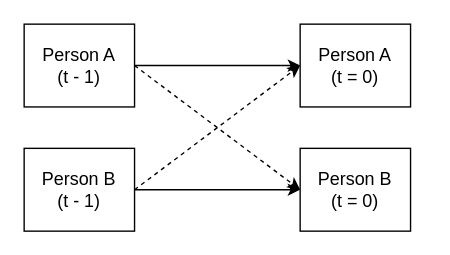
visserle/two-hearts keeps this draw.io diagram as plots/dynamic_system.drawio. Above is the earlier version. Source tidied: cells renumbered, new cells numbered last; positions are measured from the earlier drawing's top-left corner, leaving out a move shared by most shapes. Both pictures are drawn from the tidied source at 138%, with x=0, y=0 at pixel (23, 23).
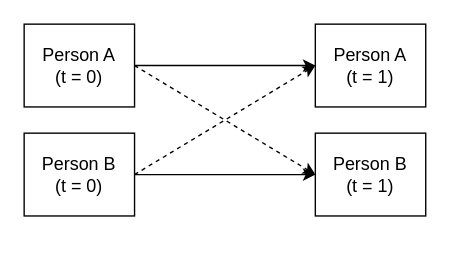
Above is the later version.

The edit, as a diff of the source:
```diff
@@
 <mxGraphModel>
   <root>
     <mxCell id="0" />
     <mxCell id="1" parent="0" />
     <mxCell id="2" style="edgeStyle=orthogonalEdgeStyle;rounded=0;jettySize=auto;html=1;strokeWidth=1;fontSize=13;" parent="1" edge="1" source="4" target="8">
       <mxGeometry relative="1" as="geometry" />
     </mxCell>
     <mxCell id="3" style="rounded=0;jettySize=auto;html=1;entryX=0;entryY=0.5;entryDx=0;entryDy=0;exitX=1;exitY=0.5;exitDx=0;exitDy=0;dashed=1;strokeWidth=1;fontSize=13;" parent="1" edge="1" source="4" target="9">
       <mxGeometry relative="1" as="geometry" />
     </mxCell>
-    <mxCell id="4" value="Person A&lt;br style=&quot;font-size: 13px;&quot;&gt;(t - 1)" style="rounded=0;whiteSpace=wrap;html=1;strokeWidth=1;fontSize=13;" parent="1" vertex="1">
+    <mxCell id="4" value="Person A&lt;br style=&quot;font-size: 13px&quot;&gt;(t = 0)" style="rounded=0;whiteSpace=wrap;html=1;strokeWidth=1;fontSize=13;" parent="1" vertex="1">
       <mxGeometry width="80" height="60" as="geometry" />
     </mxCell>
     <mxCell id="5" style="edgeStyle=orthogonalEdgeStyle;rounded=0;jettySize=auto;html=1;strokeWidth=1;fontSize=13;" parent="1" edge="1" source="7" target="9">
       <mxGeometry relative="1" as="geometry" />
     </mxCell>
     <mxCell id="6" style="edgeStyle=none;rounded=0;jettySize=auto;html=1;entryX=0;entryY=0.5;entryDx=0;entryDy=0;dashed=1;exitX=1;exitY=0.5;exitDx=0;exitDy=0;strokeWidth=1;fontSize=13;" parent="1" edge="1" source="7" target="8">
       <mxGeometry relative="1" as="geometry" />
     </mxCell>
-    <mxCell id="7" value="Person B&lt;br style=&quot;font-size: 13px;&quot;&gt;(t - 1)" style="rounded=0;whiteSpace=wrap;html=1;strokeWidth=1;fontSize=13;" parent="1" vertex="1">
-      <mxGeometry y="90" width="80" height="60" as="geometry" />
+    <mxCell id="7" value="Person B&lt;br style=&quot;font-size: 13px&quot;&gt;(t = 0)" style="rounded=0;whiteSpace=wrap;html=1;strokeWidth=1;fontSize=13;" parent="1" vertex="1">
+      <mxGeometry y="79" width="80" height="60" as="geometry" />
     </mxCell>
-    <mxCell id="8" value="Person A&lt;br style=&quot;font-size: 13px;&quot;&gt;(t = 0)" style="rounded=0;whiteSpace=wrap;html=1;strokeWidth=1;fontSize=13;" parent="1" vertex="1">
-      <mxGeometry x="200" width="80" height="60" as="geometry" />
+    <mxCell id="8" value="Person A&lt;br style=&quot;font-size: 13px&quot;&gt;(t = 1)" style="rounded=0;whiteSpace=wrap;html=1;strokeWidth=1;fontSize=13;" parent="1" vertex="1">
+      <mxGeometry x="211" width="80" height="60" as="geometry" />
     </mxCell>
-    <mxCell id="9" value="Person B&lt;br style=&quot;font-size: 13px;&quot;&gt;(t = 0)" style="rounded=0;whiteSpace=wrap;html=1;strokeWidth=1;fontSize=13;" parent="1" vertex="1">
-      <mxGeometry x="200" y="90" width="80" height="60" as="geometry" />
+    <mxCell id="9" value="Person B&lt;br style=&quot;font-size: 13px&quot;&gt;(t = 1)" style="rounded=0;whiteSpace=wrap;html=1;strokeWidth=1;fontSize=13;" parent="1" vertex="1">
+      <mxGeometry x="211" y="79" width="80" height="60" as="geometry" />
     </mxCell>
   </root>
 </mxGraphModel>
```
